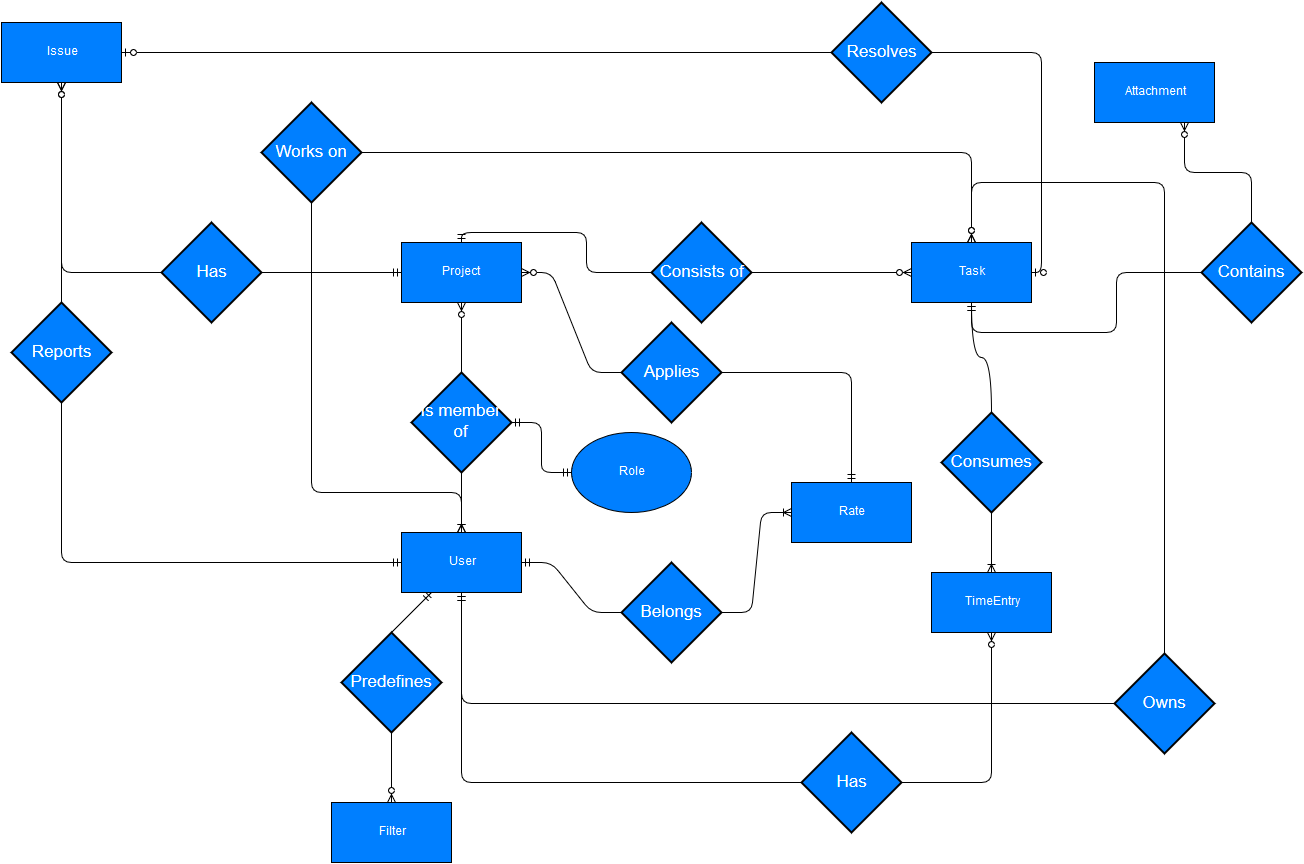
This is Diagrams/chart.png from holgus103/LogMyWork, a draw.io export, as it was before one commit. Source tidied: cells renumbered, new cells last; positions are measured from the earlier drawing's top-left corner, leaving out a move shared by most shapes. Its diagram source:
```xml
<mxGraphModel background="#ffffff">
  <root>
    <mxCell id="0" />
    <mxCell id="1" parent="0" />
    <mxCell id="2" value="&lt;font color=&quot;#FFFFFF&quot;&gt;Project&lt;br&gt;&lt;/font&gt;" style="whiteSpace=wrap;html=1;fillColor=#007FFF;" parent="1" vertex="1">
      <mxGeometry x="400" y="240" width="120" height="60" as="geometry" />
    </mxCell>
    <mxCell id="3" value="&lt;font color=&quot;#FFFFFF&quot;&gt;Task&lt;/font&gt;" style="whiteSpace=wrap;html=1;fillColor=#007FFF;" parent="1" vertex="1">
      <mxGeometry x="910" y="240" width="120" height="60" as="geometry" />
    </mxCell>
    <mxCell id="4" value="User" style="whiteSpace=wrap;html=1;fillColor=#007FFF;fontColor=#FFFFFF;" parent="1" vertex="1">
      <mxGeometry x="400" y="530" width="120" height="60" as="geometry" />
    </mxCell>
    <mxCell id="5" value="&lt;font color=&quot;#FFFFFF&quot;&gt;Issue&lt;/font&gt;" style="whiteSpace=wrap;html=1;fillColor=#007FFF;" parent="1" vertex="1">
      <mxGeometry y="20" width="120" height="60" as="geometry" />
    </mxCell>
    <mxCell id="6" value="&lt;font color=&quot;#FFFFFF&quot;&gt;Rate&lt;/font&gt;" style="whiteSpace=wrap;html=1;fillColor=#007FFF;" parent="1" vertex="1">
      <mxGeometry x="790" y="480" width="120" height="60" as="geometry" />
    </mxCell>
    <mxCell id="7" value="TimeEntry" style="whiteSpace=wrap;html=1;fillColor=#007FFF;fontColor=#FFFFFF;" parent="1" vertex="1">
      <mxGeometry x="930" y="570" width="120" height="60" as="geometry" />
    </mxCell>
    <mxCell id="8" value="&lt;font color=&quot;#FFFFFF&quot;&gt;Filter&lt;/font&gt;" style="whiteSpace=wrap;html=1;fillColor=#007FFF;" parent="1" vertex="1">
      <mxGeometry x="330" y="800" width="120" height="60" as="geometry" />
    </mxCell>
    <mxCell id="9" value="Is member of&lt;br&gt;" style="shape=rhombus;strokeWidth=2;fontSize=17;perimeter=rhombusPerimeter;whiteSpace=wrap;html=1;align=center;fillColor=#007FFF;fontColor=#FFFFFF;strokeColor=#000000;" parent="1" vertex="1">
      <mxGeometry x="410" y="370" width="100" height="100" as="geometry" />
    </mxCell>
    <mxCell id="10" style="html=1;endArrow=ERzeroToMany;endFill=1;fontColor=#FFFFFF;exitX=0.5;exitY=0;" parent="1" edge="1" source="9" target="2">
      <mxGeometry relative="1" as="geometry" />
    </mxCell>
    <mxCell id="11" style="html=1;endArrow=ERoneToMany;fontColor=#FFFFFF;exitX=0.5;exitY=1;rounded=1;" parent="1" edge="1" source="9" target="4">
      <mxGeometry relative="1" as="geometry" />
    </mxCell>
    <mxCell id="12" value="Role" style="ellipse;whiteSpace=wrap;html=1;fillColor=#007FFF;fontColor=#FFFFFF;" parent="1" vertex="1">
      <mxGeometry x="570" y="430" width="120" height="80" as="geometry" />
    </mxCell>
    <mxCell id="13" style="edgeStyle=entityRelationEdgeStyle;html=1;endArrow=ERmandOne;startArrow=ERmandOne;fontColor=#FFFFFF;exitX=1;exitY=0.5;" parent="1" edge="1" source="9" target="12">
      <mxGeometry relative="1" as="geometry" />
    </mxCell>
    <mxCell id="14" style="html=1;endArrow=ERzeroToMany;endFill=1;fontColor=#FFFFFF;exitX=0.5;exitY=1;" parent="1" edge="1" source="15" target="8">
      <mxGeometry relative="1" as="geometry" />
    </mxCell>
    <mxCell id="15" value="Predefines" style="shape=rhombus;strokeWidth=2;fontSize=17;perimeter=rhombusPerimeter;whiteSpace=wrap;html=1;align=center;fillColor=#007FFF;fontColor=#FFFFFF;" parent="1" vertex="1">
      <mxGeometry x="340" y="630" width="100" height="100" as="geometry" />
    </mxCell>
    <mxCell id="16" style="html=1;endArrow=ERmandOne;fontColor=#FFFFFF;exitX=0.5;exitY=0;rounded=0;" parent="1" edge="1" source="15" target="4">
      <mxGeometry relative="1" as="geometry" />
    </mxCell>
    <mxCell id="17" value="Applies" style="shape=rhombus;strokeWidth=2;fontSize=17;perimeter=rhombusPerimeter;whiteSpace=wrap;html=1;align=center;fillColor=#007FFF;strokeColor=#000000;fontColor=#FFFFFF;" parent="1" vertex="1">
      <mxGeometry x="620" y="320" width="100" height="100" as="geometry" />
    </mxCell>
    <mxCell id="18" style="html=1;endArrow=ERmandOne;fontColor=#FFFFFF;edgeStyle=orthogonalEdgeStyle;" parent="1" edge="1" source="17" target="6">
      <mxGeometry relative="1" as="geometry" />
    </mxCell>
    <mxCell id="19" style="edgeStyle=entityRelationEdgeStyle;html=1;endArrow=ERzeroToMany;endFill=1;fontColor=#FFFFFF;" parent="1" edge="1" source="17" target="2">
      <mxGeometry relative="1" as="geometry" />
    </mxCell>
    <mxCell id="20" value="Consists of&lt;br&gt;" style="shape=rhombus;strokeWidth=2;fontSize=17;perimeter=rhombusPerimeter;whiteSpace=wrap;html=1;align=center;fillColor=#007FFF;fontColor=#FFFFFF;" parent="1" vertex="1">
      <mxGeometry x="650" y="220" width="100" height="100" as="geometry" />
    </mxCell>
    <mxCell id="21" style="edgeStyle=orthogonalEdgeStyle;html=1;endArrow=ERmandOne;fontColor=#FFFFFF;entryX=0.5;entryY=0;" parent="1" edge="1" source="20" target="2">
      <mxGeometry relative="1" as="geometry" />
    </mxCell>
    <mxCell id="22" style="edgeStyle=entityRelationEdgeStyle;html=1;endArrow=ERzeroToMany;endFill=1;fontColor=#FFFFFF;exitX=1;exitY=0.5;" parent="1" edge="1" source="20" target="3">
      <mxGeometry relative="1" as="geometry" />
    </mxCell>
    <mxCell id="23" value="Consumes" style="shape=rhombus;strokeWidth=2;fontSize=17;perimeter=rhombusPerimeter;whiteSpace=wrap;html=1;align=center;fillColor=#007FFF;fontColor=#FFFFFF;" parent="1" vertex="1">
      <mxGeometry x="940" y="410" width="100" height="100" as="geometry" />
    </mxCell>
    <mxCell id="24" value="&lt;font color=&quot;#FFFFFF&quot;&gt;Belongs&lt;/font&gt;" style="shape=rhombus;strokeWidth=2;fontSize=17;perimeter=rhombusPerimeter;whiteSpace=wrap;html=1;align=center;fillColor=#007FFF;" parent="1" vertex="1">
      <mxGeometry x="620" y="560" width="100" height="100" as="geometry" />
    </mxCell>
    <mxCell id="25" style="edgeStyle=entityRelationEdgeStyle;html=1;endArrow=ERmandOne;fontColor=#FFFFFF;" parent="1" edge="1" source="24" target="4">
      <mxGeometry relative="1" as="geometry" />
    </mxCell>
    <mxCell id="26" style="edgeStyle=orthogonalEdgeStyle;html=1;endArrow=ERmandOne;fontColor=#FFFFFF;curved=1;exitX=0.5;exitY=0;" parent="1" edge="1" source="23" target="3">
      <mxGeometry relative="1" as="geometry" />
    </mxCell>
    <mxCell id="27" style="html=1;endArrow=ERoneToMany;fontColor=#FFFFFF;" parent="1" edge="1" source="23" target="7">
      <mxGeometry relative="1" as="geometry" />
    </mxCell>
    <mxCell id="28" style="edgeStyle=entityRelationEdgeStyle;html=1;endArrow=ERoneToMany;fontColor=#FFFFFF;" parent="1" edge="1" source="24" target="6">
      <mxGeometry relative="1" as="geometry" />
    </mxCell>
    <mxCell id="29" value="Works on&lt;br&gt;" style="shape=rhombus;strokeWidth=2;fontSize=17;perimeter=rhombusPerimeter;whiteSpace=wrap;html=1;align=center;fillColor=#007FFF;fontColor=#FFFFFF;" parent="1" vertex="1">
      <mxGeometry x="260" y="100" width="100" height="100" as="geometry" />
    </mxCell>
    <mxCell id="30" style="edgeStyle=orthogonalEdgeStyle;html=1;endArrow=ERzeroToMany;endFill=1;fontColor=#FFFFFF;" parent="1" edge="1" source="29" target="3">
      <mxGeometry relative="1" as="geometry" />
    </mxCell>
    <mxCell id="31" value="Has" style="shape=rhombus;strokeWidth=2;fontSize=17;perimeter=rhombusPerimeter;whiteSpace=wrap;html=1;align=center;fillColor=#007FFF;fontColor=#FFFFFF;" parent="1" vertex="1">
      <mxGeometry x="800" y="730" width="100" height="100" as="geometry" />
    </mxCell>
    <mxCell id="32" style="html=1;endArrow=ERzeroToMany;endFill=1;fontColor=#FFFFFF;edgeStyle=orthogonalEdgeStyle;" parent="1" edge="1" source="31" target="7">
      <mxGeometry relative="1" as="geometry" />
    </mxCell>
    <mxCell id="33" style="edgeStyle=orthogonalEdgeStyle;html=1;endArrow=ERmandOne;fontColor=#FFFFFF;" parent="1" edge="1" source="31" target="4">
      <mxGeometry relative="1" as="geometry" />
    </mxCell>
    <mxCell id="34" style="edgeStyle=orthogonalEdgeStyle;html=1;endArrow=ERzeroToOne;endFill=1;fontColor=#FFFFFF;entryX=1;entryY=0.5;exitX=1;exitY=0.5;" parent="1" edge="1" source="35" target="3">
      <mxGeometry relative="1" as="geometry">
        <Array as="points">
          <mxPoint x="1040" y="50" />
          <mxPoint x="1040" y="270" />
        </Array>
      </mxGeometry>
    </mxCell>
    <mxCell id="35" value="Resolves&lt;br&gt;" style="shape=rhombus;strokeWidth=2;fontSize=17;perimeter=rhombusPerimeter;whiteSpace=wrap;html=1;align=center;fillColor=#007FFF;fontColor=#FFFFFF;" parent="1" vertex="1">
      <mxGeometry x="830" width="100" height="100" as="geometry" />
    </mxCell>
    <mxCell id="36" style="html=1;endArrow=ERzeroToOne;endFill=1;fontColor=#FFFFFF;exitX=0;exitY=0.5;" parent="1" edge="1" source="35" target="5">
      <mxGeometry relative="1" as="geometry" />
    </mxCell>
    <mxCell id="37" style="html=1;endArrow=ERmandOne;fontColor=#FFFFFF;entryX=0;entryY=0.5;edgeStyle=orthogonalEdgeStyle;" parent="1" edge="1" source="38" target="4">
      <mxGeometry relative="1" as="geometry">
        <Array as="points">
          <mxPoint x="60" y="430" />
          <mxPoint x="60" y="560" />
        </Array>
      </mxGeometry>
    </mxCell>
    <mxCell id="38" value="Reports" style="shape=rhombus;strokeWidth=2;fontSize=17;perimeter=rhombusPerimeter;whiteSpace=wrap;html=1;align=center;fillColor=#007FFF;fontColor=#FFFFFF;" parent="1" vertex="1">
      <mxGeometry x="10" y="300" width="100" height="100" as="geometry" />
    </mxCell>
    <mxCell id="39" style="html=1;endArrow=ERzeroToMany;endFill=1;fontColor=#FFFFFF;exitX=0.5;exitY=0;" parent="1" edge="1" source="38" target="5">
      <mxGeometry relative="1" as="geometry" />
    </mxCell>
    <mxCell id="40" value="Has" style="shape=rhombus;strokeWidth=2;fontSize=17;perimeter=rhombusPerimeter;whiteSpace=wrap;html=1;align=center;fillColor=#007FFF;fontColor=#FFFFFF;" parent="1" vertex="1">
      <mxGeometry x="160" y="220" width="100" height="100" as="geometry" />
    </mxCell>
    <mxCell id="41" style="edgeStyle=orthogonalEdgeStyle;html=1;endArrow=ERzeroToMany;endFill=1;fontColor=#FFFFFF;entryX=0.5;entryY=1;" parent="1" edge="1" source="40" target="5">
      <mxGeometry relative="1" as="geometry" />
    </mxCell>
    <mxCell id="42" style="edgeStyle=entityRelationEdgeStyle;html=1;endArrow=ERmandOne;fontColor=#FFFFFF;entryX=0;entryY=0.5;exitX=1;exitY=0.5;" parent="1" edge="1" source="40" target="2">
      <mxGeometry relative="1" as="geometry" />
    </mxCell>
    <mxCell id="43" style="edgeStyle=orthogonalEdgeStyle;html=1;endArrow=ERoneToMany;fontColor=#FFFFFF;exitX=0.5;exitY=1;" parent="1" edge="1" source="29" target="4">
      <mxGeometry relative="1" as="geometry">
        <Array as="points">
          <mxPoint x="310" y="490" />
          <mxPoint x="460" y="490" />
        </Array>
      </mxGeometry>
    </mxCell>
    <mxCell id="44" value="Owns&lt;br&gt;" style="shape=rhombus;strokeWidth=2;fontSize=17;perimeter=rhombusPerimeter;whiteSpace=wrap;html=1;align=center;fillColor=#007FFF;fontColor=#FFFFFF;" parent="1" vertex="1">
      <mxGeometry x="1113" y="651" width="100" height="100" as="geometry" />
    </mxCell>
    <mxCell id="45" style="edgeStyle=orthogonalEdgeStyle;html=1;endArrow=ERmandOne;fontColor=#FFFFFF;exitX=0;exitY=0.5;" parent="1" edge="1" source="44" target="4">
      <mxGeometry relative="1" as="geometry" />
    </mxCell>
    <mxCell id="46" style="edgeStyle=orthogonalEdgeStyle;html=1;endArrow=ERzeroToMany;endFill=1;fontColor=#FFFFFF;entryX=0.5;entryY=0;exitX=0.5;exitY=0;" parent="1" edge="1" source="44" target="3">
      <mxGeometry relative="1" as="geometry">
        <Array as="points">
          <mxPoint x="1163" y="180" />
          <mxPoint x="970" y="180" />
        </Array>
      </mxGeometry>
    </mxCell>
    <mxCell id="47" value="Attachment" style="whiteSpace=wrap;html=1;strokeColor=#000000;fillColor=#007FFF;fontColor=#FFFFFF;" parent="1" vertex="1">
      <mxGeometry x="1093" y="60" width="120" height="60" as="geometry" />
    </mxCell>
    <mxCell id="48" value="Contains" style="shape=rhombus;strokeWidth=2;fontSize=17;perimeter=rhombusPerimeter;whiteSpace=wrap;html=1;align=center;fillColor=#007FFF;fontColor=#FFFFFF;" parent="1" vertex="1">
      <mxGeometry x="1200" y="220" width="100" height="100" as="geometry" />
    </mxCell>
    <mxCell id="49" style="edgeStyle=orthogonalEdgeStyle;html=1;endArrow=ERmandOne;fontColor=#FFFFFF;entryX=0.5;entryY=1;" parent="1" edge="1" source="48" target="3">
      <mxGeometry relative="1" as="geometry" />
    </mxCell>
    <mxCell id="50" style="edgeStyle=orthogonalEdgeStyle;html=1;endArrow=ERzeroToMany;endFill=1;fontColor=#FFFFFF;entryX=0.75;entryY=1;" parent="1" edge="1" source="48" target="47">
      <mxGeometry relative="1" as="geometry" />
    </mxCell>
  </root>
</mxGraphModel>
```
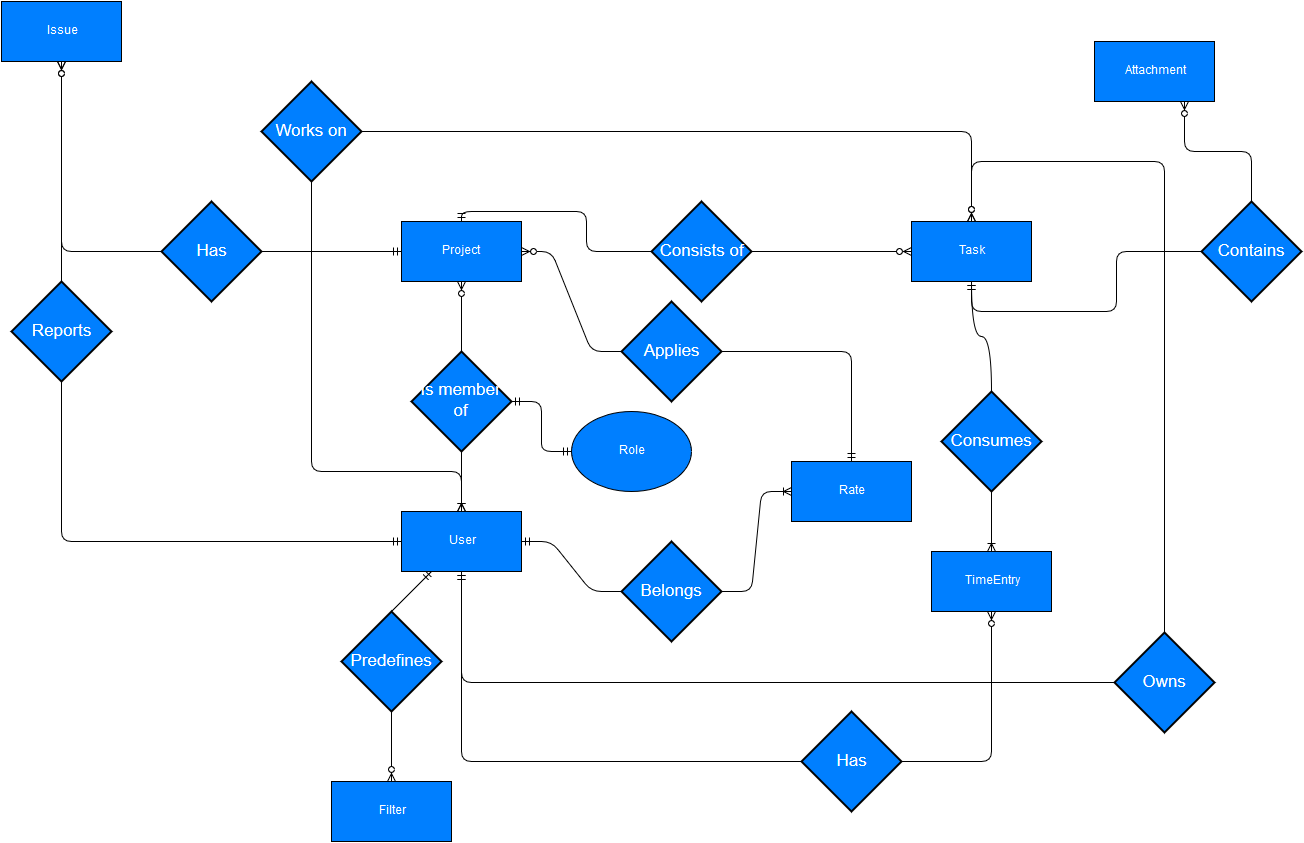
After the change.

Change to the diagram source:
```diff
@@ -98,20 +98,6 @@
     <mxCell id="33" style="edgeStyle=orthogonalEdgeStyle;html=1;endArrow=ERmandOne;fontColor=#FFFFFF;" parent="1" edge="1" source="31" target="4">
       <mxGeometry relative="1" as="geometry" />
     </mxCell>
-    <mxCell id="34" style="edgeStyle=orthogonalEdgeStyle;html=1;endArrow=ERzeroToOne;endFill=1;fontColor=#FFFFFF;entryX=1;entryY=0.5;exitX=1;exitY=0.5;" parent="1" edge="1" source="35" target="3">
-      <mxGeometry relative="1" as="geometry">
-        <Array as="points">
-          <mxPoint x="1040" y="50" />
-          <mxPoint x="1040" y="270" />
-        </Array>
-      </mxGeometry>
-    </mxCell>
-    <mxCell id="35" value="Resolves&lt;br&gt;" style="shape=rhombus;strokeWidth=2;fontSize=17;perimeter=rhombusPerimeter;whiteSpace=wrap;html=1;align=center;fillColor=#007FFF;fontColor=#FFFFFF;" parent="1" vertex="1">
-      <mxGeometry x="830" width="100" height="100" as="geometry" />
-    </mxCell>
-    <mxCell id="36" style="html=1;endArrow=ERzeroToOne;endFill=1;fontColor=#FFFFFF;exitX=0;exitY=0.5;" parent="1" edge="1" source="35" target="5">
-      <mxGeometry relative="1" as="geometry" />
-    </mxCell>
     <mxCell id="37" style="html=1;endArrow=ERmandOne;fontColor=#FFFFFF;entryX=0;entryY=0.5;edgeStyle=orthogonalEdgeStyle;" parent="1" edge="1" source="38" target="4">
       <mxGeometry relative="1" as="geometry">
         <Array as="points">
```
